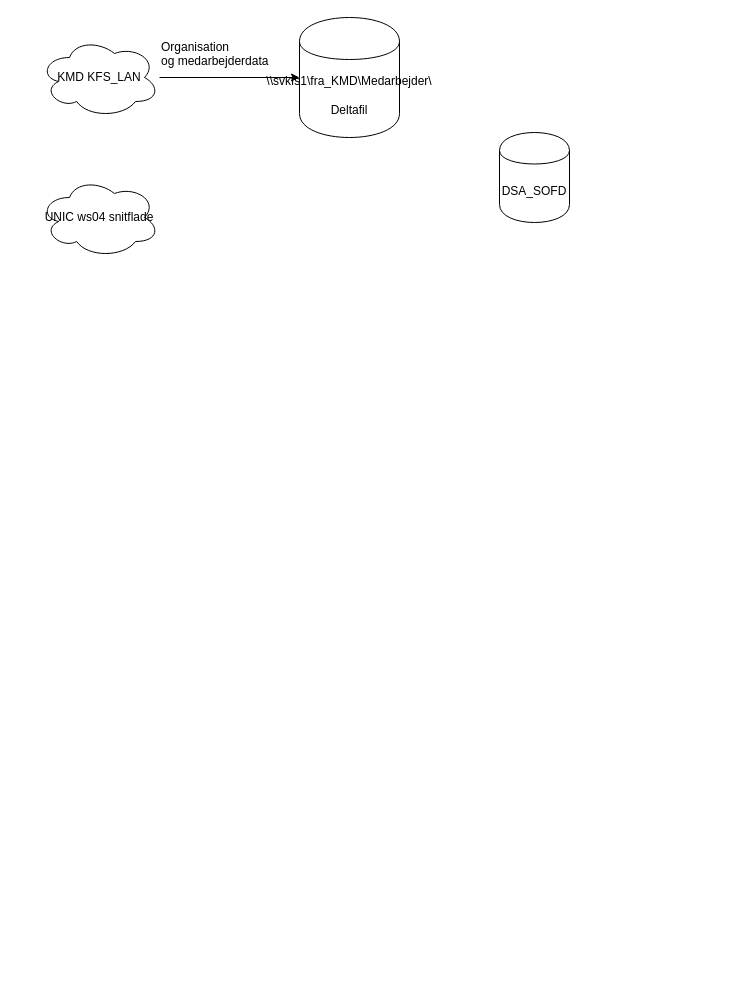
The draw.io diagram lora_sofd_full_flow.drawio in Skanderborg/SOFD, before the edit. Source tidied: cells renumbered, new cells numbered last; positions are measured from the earlier drawing's top-left corner, leaving out a move shared by most shapes. Both pictures are drawn from the tidied source at 100%, with x=0, y=0 at pixel (39, 17).
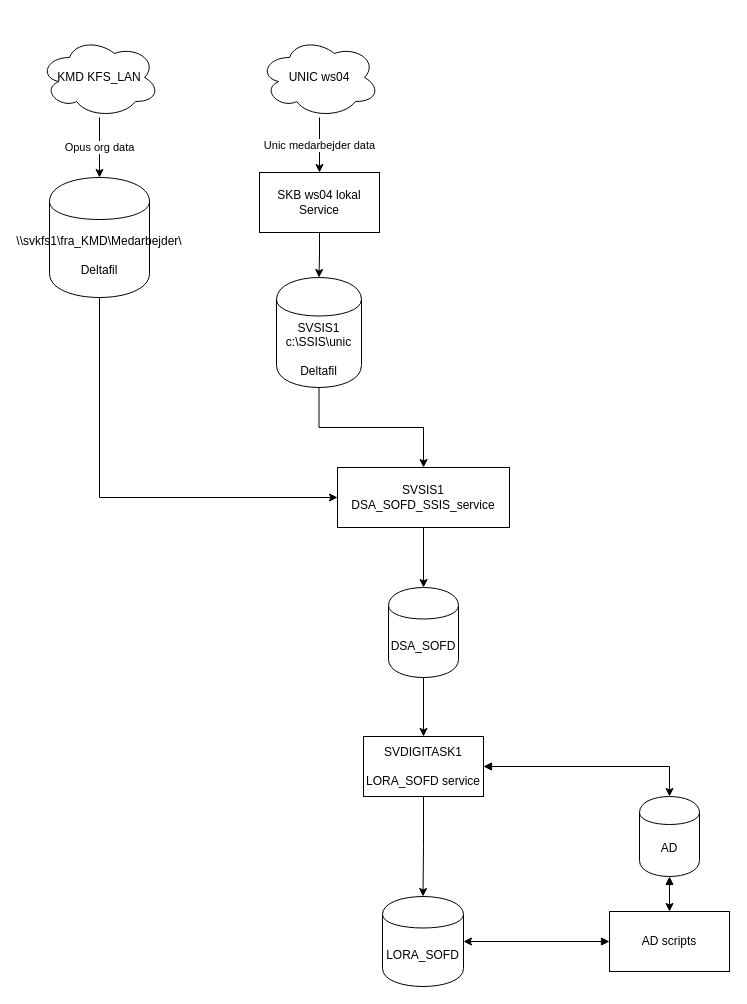
After the change.

Unchanged cells that the change refers to:
```xml
<mxCell id="5" value="KMD KFS_LAN" style="ellipse;shape=cloud;whiteSpace=wrap;html=1;" parent="1" vertex="1">
  <mxGeometry y="20" width="120" height="80" as="geometry" />
</mxCell>
```

Diff of the diagram source:
```diff
@@
+    <mxCell id="8" style="edgeStyle=orthogonalEdgeStyle;rounded=0;jettySize=auto;html=1;entryX=0.5;entryY=0;entryDx=0;entryDy=0;" parent="1" edge="1" source="2" target="19">
+      <mxGeometry relative="1" as="geometry" />
+    </mxCell>
     <mxCell id="2" value="DSA_SOFD" style="shape=cylinder;whiteSpace=wrap;html=1;boundedLbl=1;backgroundOutline=1;" parent="1" vertex="1">
-      <mxGeometry x="460" y="115" width="70" height="90" as="geometry" />
+      <mxGeometry x="349" y="570" width="70" height="90" as="geometry" />
     </mxCell>
+    <mxCell id="9" style="edgeStyle=orthogonalEdgeStyle;rounded=0;jettySize=auto;html=1;entryX=0;entryY=0.5;entryDx=0;entryDy=0;" parent="1" edge="1" source="3" target="16">
+      <mxGeometry relative="1" as="geometry">
+        <Array as="points">
+          <mxPoint x="60" y="480" />
+        </Array>
+      </mxGeometry>
+    </mxCell>
     <mxCell id="3" value="&lt;div&gt;\\svkfs1\fra_KMD\Medarbejder\&lt;/div&gt;&lt;div&gt;&lt;br&gt;&lt;/div&gt;&lt;div&gt;Deltafil&lt;br&gt;&lt;/div&gt;" style="shape=cylinder;whiteSpace=wrap;html=1;boundedLbl=1;backgroundOutline=1;" parent="1" vertex="1">
-      <mxGeometry x="260" width="100" height="120" as="geometry" />
+      <mxGeometry x="10" y="160" width="100" height="120" as="geometry" />
     </mxCell>
-    <mxCell id="4" style="edgeStyle=orthogonalEdgeStyle;rounded=0;jettySize=auto;html=1;" parent="1" edge="1" source="5" target="3">
+    <mxCell id="4" value="Opus org data" style="edgeStyle=orthogonalEdgeStyle;rounded=0;jettySize=auto;html=1;" parent="1" edge="1" source="5" target="3">
       <mxGeometry relative="1" as="geometry" />
     </mxCell>
@@
-    <mxCell id="6" value="&lt;div&gt;Organisation &lt;br&gt;&lt;/div&gt;&lt;div&gt;og medarbejderdata&lt;/div&gt;" style="text;html=1;align=left;verticalAlign=top;spacingTop=-4;" parent="1" vertex="1">
-      <mxGeometry x="120" y="20" width="130" height="30" as="geometry" />
-    </mxCell>
+    <mxCell id="10" value="Unic medarbejder data" style="edgeStyle=orthogonalEdgeStyle;rounded=0;jettySize=auto;html=1;" parent="1" edge="1" source="7" target="12">
+      <mxGeometry relative="1" as="geometry" />
+    </mxCell>
-    <mxCell id="7" value="UNIC ws04 snitflade" style="ellipse;shape=cloud;whiteSpace=wrap;html=1;" parent="1" vertex="1">
-      <mxGeometry y="160" width="120" height="80" as="geometry" />
+    <mxCell id="7" value="UNIC ws04" style="ellipse;shape=cloud;whiteSpace=wrap;html=1;" parent="1" vertex="1">
+      <mxGeometry x="220" y="20" width="120" height="80" as="geometry" />
     </mxCell>
+    <mxCell id="11" style="edgeStyle=orthogonalEdgeStyle;rounded=0;jettySize=auto;html=1;" parent="1" edge="1" source="12" target="14">
+      <mxGeometry relative="1" as="geometry" />
+    </mxCell>
+    <mxCell id="12" value="SKB ws04 lokal Service" style="rounded=0;whiteSpace=wrap;html=1;" parent="1" vertex="1">
+      <mxGeometry x="220" y="155" width="120" height="60" as="geometry" />
+    </mxCell>
+    <mxCell id="13" style="edgeStyle=orthogonalEdgeStyle;rounded=0;jettySize=auto;html=1;entryX=0.5;entryY=0;entryDx=0;entryDy=0;" parent="1" edge="1" source="14" target="16">
+      <mxGeometry relative="1" as="geometry" />
+    </mxCell>
+    <mxCell id="14" value="&lt;div&gt;SVSIS1 &lt;br&gt;&lt;/div&gt;&lt;div&gt;c:\SSIS\unic&lt;br&gt;&lt;/div&gt;&lt;div&gt;&lt;br&gt;&lt;/div&gt;&lt;div&gt;Deltafil&lt;br&gt;&lt;/div&gt;" style="shape=cylinder;whiteSpace=wrap;html=1;boundedLbl=1;backgroundOutline=1;" parent="1" vertex="1">
+      <mxGeometry x="237" y="260" width="85" height="110" as="geometry" />
+    </mxCell>
+    <mxCell id="15" style="edgeStyle=orthogonalEdgeStyle;rounded=0;jettySize=auto;html=1;entryX=0.5;entryY=0;entryDx=0;entryDy=0;" parent="1" edge="1" source="16" target="2">
+      <mxGeometry relative="1" as="geometry" />
+    </mxCell>
+    <mxCell id="16" value="&lt;div&gt;SVSIS1&lt;/div&gt;&lt;div&gt;DSA_SOFD_SSIS_service&lt;br&gt;&lt;/div&gt;" style="rounded=0;whiteSpace=wrap;html=1;" parent="1" vertex="1">
+      <mxGeometry x="298" y="450" width="172" height="60" as="geometry" />
+    </mxCell>
+    <mxCell id="17" style="edgeStyle=orthogonalEdgeStyle;rounded=0;jettySize=auto;html=1;entryX=0.5;entryY=0;entryDx=0;entryDy=0;startArrow=block;startFill=1;" parent="1" edge="1" source="19" target="21">
+      <mxGeometry relative="1" as="geometry" />
+    </mxCell>
+    <mxCell id="18" style="edgeStyle=orthogonalEdgeStyle;rounded=0;jettySize=auto;html=1;" parent="1" edge="1" source="19" target="24">
+      <mxGeometry relative="1" as="geometry" />
+    </mxCell>
+    <mxCell id="19" value="&lt;div&gt;SVDIGITASK1 &lt;br&gt;&lt;/div&gt;&lt;div&gt;&lt;br&gt;&lt;/div&gt;&lt;div&gt;LORA_SOFD service&lt;/div&gt;" style="rounded=0;whiteSpace=wrap;html=1;" parent="1" vertex="1">
+      <mxGeometry x="324" y="719" width="120" height="60" as="geometry" />
+    </mxCell>
+    <mxCell id="20" style="edgeStyle=orthogonalEdgeStyle;rounded=0;jettySize=auto;html=1;entryX=0.5;entryY=0;entryDx=0;entryDy=0;startArrow=block;startFill=1;" parent="1" edge="1" source="21" target="23">
+      <mxGeometry relative="1" as="geometry" />
+    </mxCell>
+    <mxCell id="21" value="AD" style="shape=cylinder;whiteSpace=wrap;html=1;boundedLbl=1;backgroundOutline=1;" parent="1" vertex="1">
+      <mxGeometry x="600" y="779" width="60" height="80" as="geometry" />
+    </mxCell>
+    <mxCell id="22" style="edgeStyle=orthogonalEdgeStyle;rounded=0;jettySize=auto;html=1;entryX=1;entryY=0.5;entryDx=0;entryDy=0;startArrow=block;startFill=1;" parent="1" edge="1" source="23" target="24">
+      <mxGeometry relative="1" as="geometry" />
+    </mxCell>
+    <mxCell id="23" value="AD scripts" style="rounded=0;whiteSpace=wrap;html=1;" parent="1" vertex="1">
+      <mxGeometry x="570" y="894" width="120" height="60" as="geometry" />
+    </mxCell>
+    <mxCell id="24" value="LORA_SOFD" style="shape=cylinder;whiteSpace=wrap;html=1;boundedLbl=1;backgroundOutline=1;" parent="1" vertex="1">
+      <mxGeometry x="343" y="879" width="81" height="90" as="geometry" />
+    </mxCell>
```
